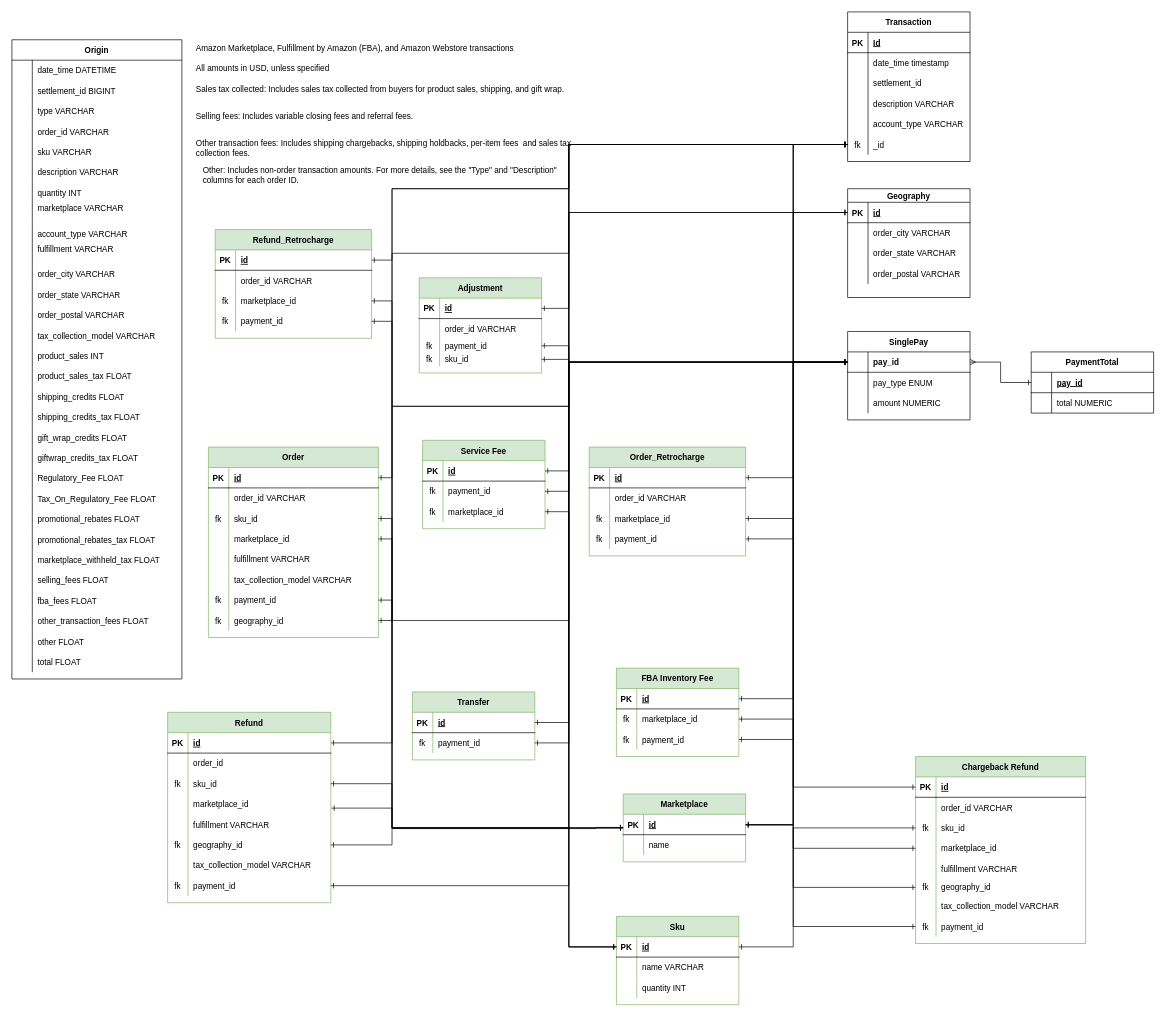
The draw.io diagram norm_maelys.drawio.xml in Urzhumtsev1/maelys, before the edit. Source tidied: cells renumbered, new cells numbered last; positions are measured from the earlier drawing's top-left corner, leaving out a move shared by most shapes. Both pictures are drawn from the tidied source at 68%, with x=0, y=0 at pixel (12, 12).
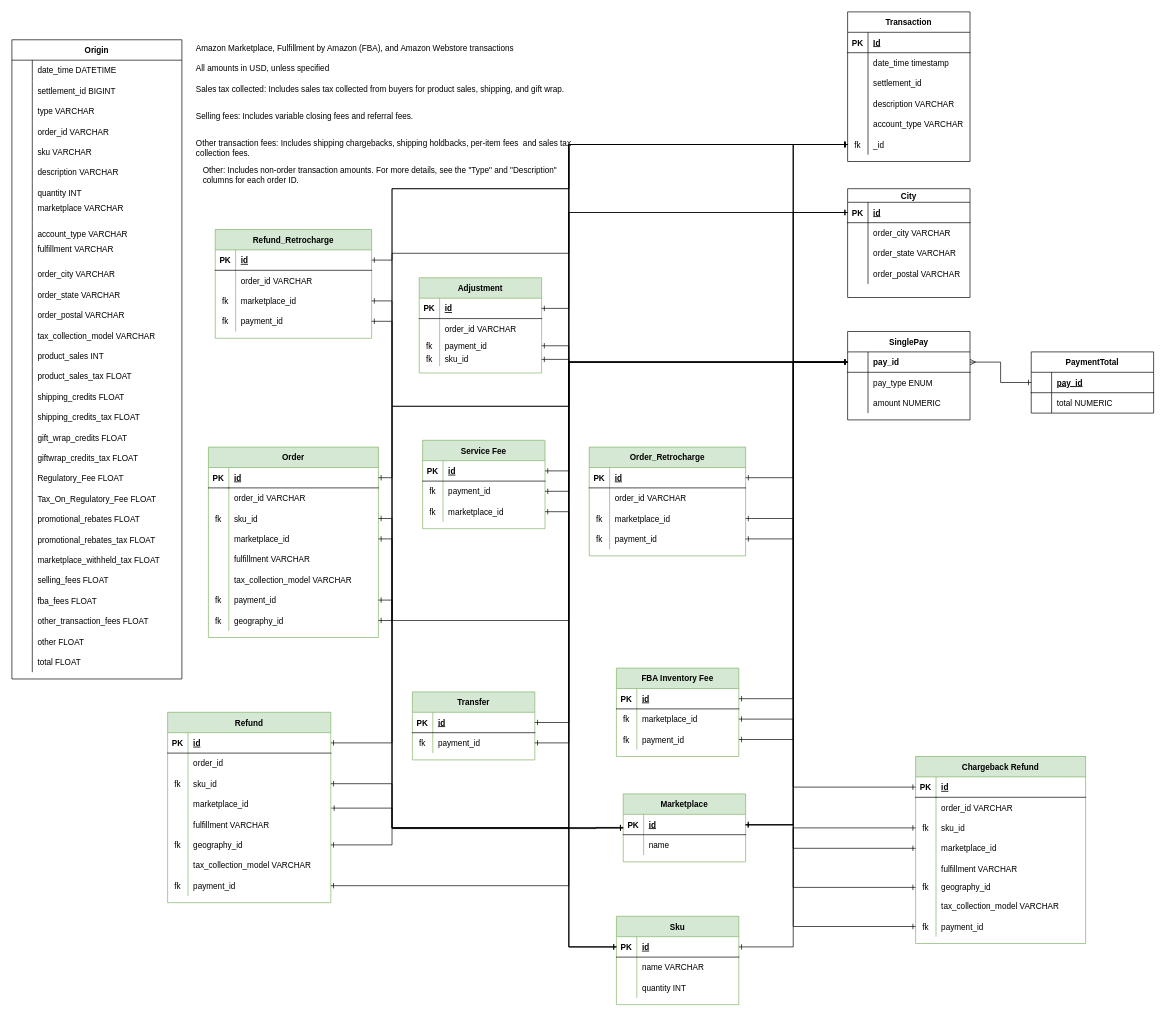
After the change.

Commit message (it also covers changes not shown here):
city model

Change to the diagram source:
```diff
@@
-    <mxCell id="99" value="Geography" style="shape=table;startSize=20;childLayout=tableLayout;rowLines=0;fontStyle=1;align=center;" parent="1" vertex="1">
+    <mxCell id="99" value="City" style="shape=table;startSize=20;childLayout=tableLayout;rowLines=0;fontStyle=1;align=center;" parent="1" vertex="1">
       <mxGeometry x="1229" y="260" width="180" height="160" as="geometry" />
     </mxCell>
```
